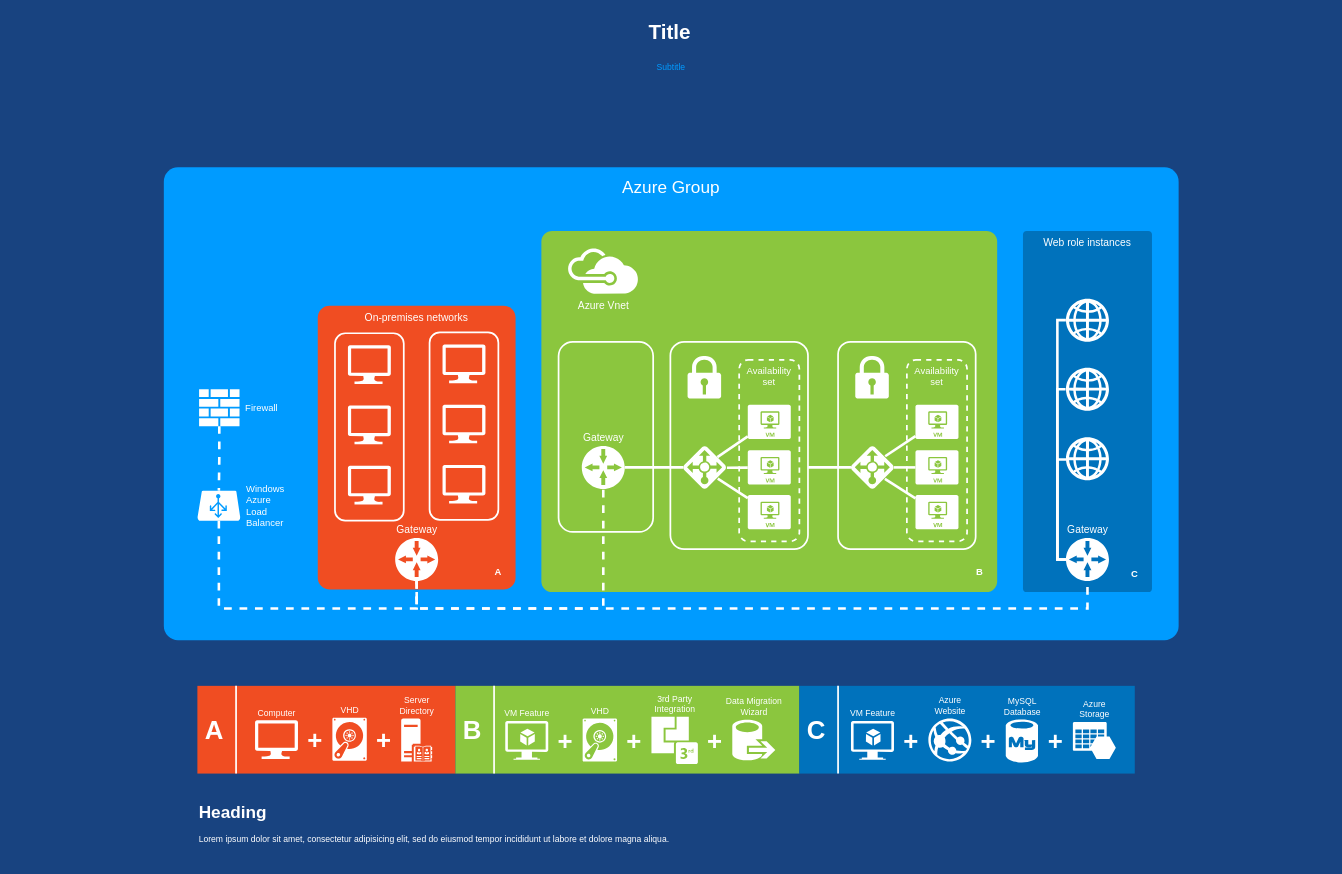
GAG-mpintos/.github keeps this draw.io diagram as metroin/Untitled Diagram.drawio. Above is the earlier version. Source tidied: cells renumbered, new cells numbered last; positions are measured from the earlier drawing's top-left corner, leaving out a move shared by most shapes. Both pictures are drawn from the tidied source at 86%, with x=0, y=0 at pixel (15, 15). Pictures stored in the file or linked from it are replaced by grey dashed boxes.
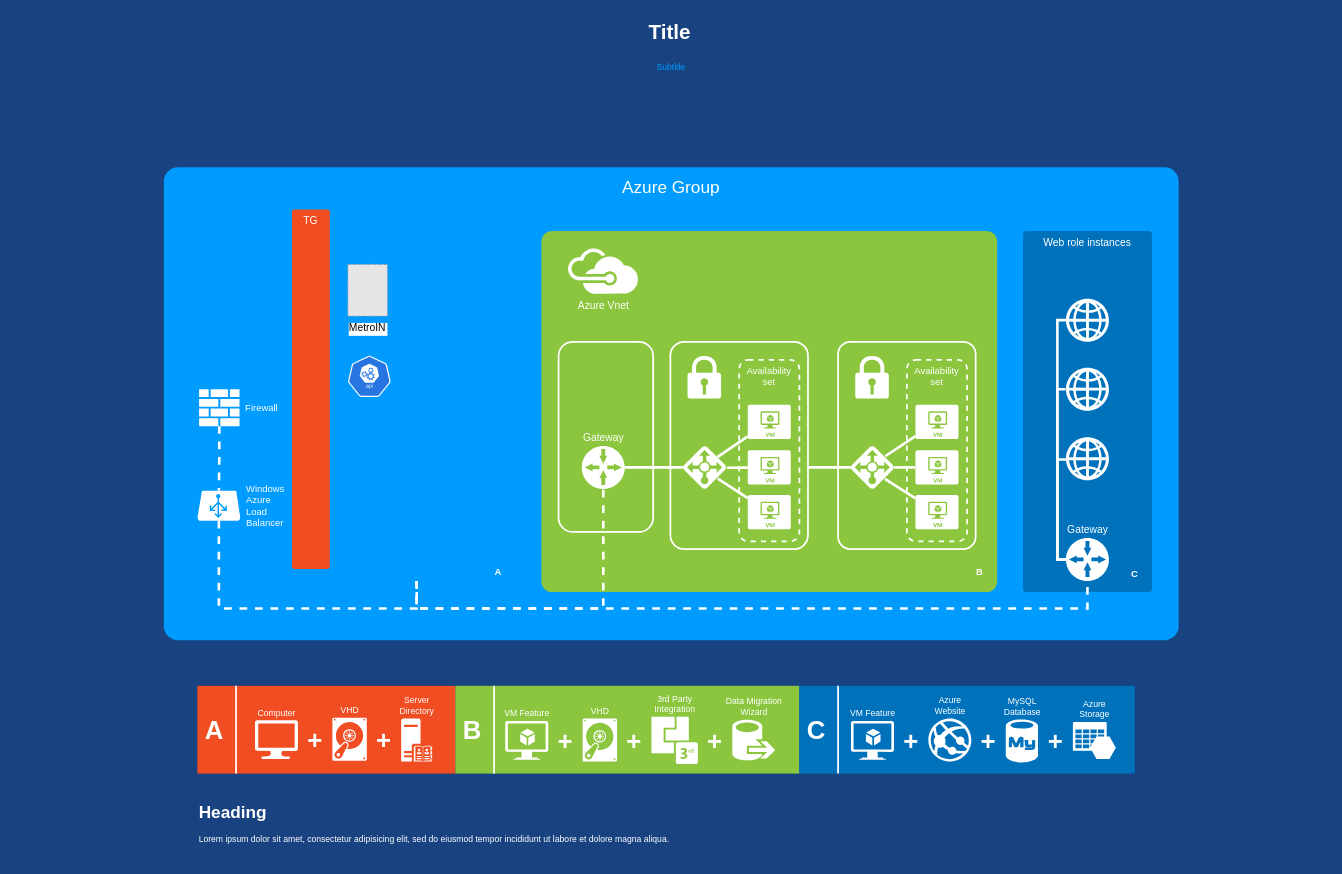
The same diagram, later.

Unchanged cells that the change refers to:
```xml
<mxCell id="14" value="Gateway" style="shadow=0;dashed=0;html=1;strokeColor=none;shape=mxgraph.mscae.enterprise.gateway;fillColor=#FFFFFF;rounded=0;fontSize=12;fontColor=#FFFFFF;align=center;labelPosition=center;verticalLabelPosition=top;verticalAlign=bottom;" parent="1" vertex="1">
  <mxGeometry x="659" y="501" width="50" height="50" as="geometry" />
</mxCell>
<mxCell id="45" value="Windows&lt;div&gt;Azure&lt;/div&gt;&lt;div&gt;Load&lt;/div&gt;&lt;div&gt;Balancer&lt;/div&gt;" style="verticalLabelPosition=middle;html=1;verticalAlign=middle;strokeColor=none;fillColor=#FFFFFF;shape=mxgraph.azure.azure_load_balancer;rounded=1;shadow=0;dashed=1;fontSize=11;fontColor=#FFFFFF;align=left;labelPosition=right;spacingLeft=5;" parent="1" vertex="1">
  <mxGeometry x="212" y="553" width="50" height="35" as="geometry" />
</mxCell>
<mxCell id="51" value="Gateway" style="shadow=0;dashed=0;html=1;strokeColor=none;shape=mxgraph.mscae.enterprise.gateway;fillColor=#FFFFFF;rounded=0;fontSize=12;fontColor=#FFFFFF;align=center;labelPosition=center;verticalLabelPosition=top;verticalAlign=bottom;" parent="1" vertex="1">
  <mxGeometry x="1222" y="608" width="50" height="50" as="geometry" />
</mxCell>
```

Change to the diagram source:
```diff
@@
-    <mxCell id="7" value="On-premises networks" style="rounded=1;whiteSpace=wrap;html=1;shadow=0;strokeWidth=2;fillColor=#F04D22;fontSize=12;fontColor=#FFFFFF;align=center;strokeColor=none;arcSize=6;verticalAlign=top;" parent="1" vertex="1">
-      <mxGeometry x="352" y="338" width="230" height="330" as="geometry" />
+    <mxCell id="7" value="TG" style="rounded=1;whiteSpace=wrap;html=1;shadow=0;strokeWidth=2;fillColor=#F04D22;fontSize=12;fontColor=#FFFFFF;align=center;strokeColor=none;arcSize=6;verticalAlign=top;" parent="1" vertex="1">
+      <mxGeometry x="322" y="226" width="44" height="418" as="geometry" />
     </mxCell>
-    <mxCell id="8" style="rounded=1;whiteSpace=wrap;html=1;shadow=0;strokeWidth=2;fillColor=none;fontSize=12;fontColor=#000000;align=center;strokeColor=#FFFFFF;" parent="1" vertex="1">
-      <mxGeometry x="372" y="370" width="80" height="218" as="geometry" />
-    </mxCell>
@@
-    <mxCell id="10" style="verticalLabelPosition=bottom;html=1;verticalAlign=top;strokeColor=none;fillColor=#FFFFFF;shape=mxgraph.azure.computer;rounded=0;shadow=0;fontSize=12;fontColor=#000000;align=center;" parent="1" vertex="1">
-      <mxGeometry x="387" y="384" width="50" height="45" as="geometry" />
-    </mxCell>
-    <mxCell id="11" style="verticalLabelPosition=bottom;html=1;verticalAlign=top;strokeColor=none;fillColor=#FFFFFF;shape=mxgraph.azure.computer;rounded=0;shadow=0;fontSize=12;fontColor=#000000;align=center;" parent="1" vertex="1">
-      <mxGeometry x="387" y="454" width="50" height="45" as="geometry" />
-    </mxCell>
-    <mxCell id="12" style="verticalLabelPosition=bottom;html=1;verticalAlign=top;strokeColor=none;fillColor=#FFFFFF;shape=mxgraph.azure.computer;rounded=0;shadow=0;fontSize=12;fontColor=#000000;align=center;" parent="1" vertex="1">
-      <mxGeometry x="387" y="524" width="50" height="45" as="geometry" />
-    </mxCell>
@@
-    <mxCell id="24" style="rounded=1;whiteSpace=wrap;html=1;shadow=0;strokeWidth=2;fillColor=none;fontSize=12;fontColor=#000000;align=center;strokeColor=#FFFFFF;" parent="1" vertex="1">
-      <mxGeometry x="482" y="369" width="80" height="218" as="geometry" />
-    </mxCell>
-    <mxCell id="25" style="verticalLabelPosition=bottom;html=1;verticalAlign=top;strokeColor=none;fillColor=#FFFFFF;shape=mxgraph.azure.computer;rounded=0;shadow=0;fontSize=12;fontColor=#000000;align=center;" parent="1" vertex="1">
-      <mxGeometry x="497" y="383" width="50" height="45" as="geometry" />
-    </mxCell>
-    <mxCell id="26" style="verticalLabelPosition=bottom;html=1;verticalAlign=top;strokeColor=none;fillColor=#FFFFFF;shape=mxgraph.azure.computer;rounded=0;shadow=0;fontSize=12;fontColor=#000000;align=center;" parent="1" vertex="1">
-      <mxGeometry x="497" y="453" width="50" height="45" as="geometry" />
-    </mxCell>
-    <mxCell id="27" style="verticalLabelPosition=bottom;html=1;verticalAlign=top;strokeColor=none;fillColor=#FFFFFF;shape=mxgraph.azure.computer;rounded=0;shadow=0;fontSize=12;fontColor=#000000;align=center;" parent="1" vertex="1">
-      <mxGeometry x="497" y="523" width="50" height="45" as="geometry" />
-    </mxCell>
-    <mxCell id="28" style="edgeStyle=orthogonalEdgeStyle;html=1;startArrow=none;startFill=0;startSize=10;endArrow=none;endFill=0;endSize=10;strokeWidth=3;fontSize=11;fontColor=#FFFFFF;strokeColor=#FFFFFF;dashed=1;rounded=0;" parent="1" edge="1" source="29" target="14">
+    <mxCell id="28" style="edgeStyle=orthogonalEdgeStyle;html=1;startArrow=none;startFill=0;startSize=10;endArrow=none;endFill=0;endSize=10;strokeWidth=3;fontSize=11;fontColor=#FFFFFF;strokeColor=#FFFFFF;dashed=1;rounded=0;" parent="1" edge="1" target="14">
       <mxGeometry relative="1" as="geometry">
+        <mxPoint x="467" y="658" as="sourcePoint" />
         <Array as="points">
           <mxPoint x="467" y="690" />
           <mxPoint x="684" y="690" />
         </Array>
       </mxGeometry>
     </mxCell>
-    <mxCell id="29" value="Gateway" style="shadow=0;dashed=0;html=1;strokeColor=none;shape=mxgraph.mscae.enterprise.gateway;fillColor=#FFFFFF;rounded=0;fontSize=12;fontColor=#FFFFFF;align=center;labelPosition=center;verticalLabelPosition=top;verticalAlign=bottom;" parent="1" vertex="1">
-      <mxGeometry x="442" y="608" width="50" height="50" as="geometry" />
-    </mxCell>
@@
-    <mxCell id="43" style="edgeStyle=orthogonalEdgeStyle;html=1;startArrow=none;startFill=0;startSize=10;endArrow=none;endFill=0;endSize=10;strokeWidth=3;fontSize=11;fontColor=#FFFFFF;strokeColor=#FFFFFF;dashed=1;rounded=0;" parent="1" edge="1" source="29" target="51">
+    <mxCell id="43" style="edgeStyle=orthogonalEdgeStyle;html=1;startArrow=none;startFill=0;startSize=10;endArrow=none;endFill=0;endSize=10;strokeWidth=3;fontSize=11;fontColor=#FFFFFF;strokeColor=#FFFFFF;dashed=1;rounded=0;" parent="1" edge="1" target="51">
       <mxGeometry relative="1" as="geometry">
+        <mxPoint x="467" y="658" as="sourcePoint" />
         <Array as="points">
           <mxPoint x="467" y="690" />
           <mxPoint x="1247" y="690" />
         </Array>
       </mxGeometry>
     </mxCell>
-    <mxCell id="44" style="edgeStyle=orthogonalEdgeStyle;html=1;startArrow=none;startFill=0;startSize=10;endArrow=none;endFill=0;endSize=10;strokeWidth=3;fontSize=11;fontColor=#FFFFFF;strokeColor=#FFFFFF;dashed=1;rounded=0;" parent="1" edge="1" source="45" target="29">
+    <mxCell id="44" style="edgeStyle=orthogonalEdgeStyle;html=1;startArrow=none;startFill=0;startSize=10;endArrow=none;endFill=0;endSize=10;strokeWidth=3;fontSize=11;fontColor=#FFFFFF;strokeColor=#FFFFFF;dashed=1;rounded=0;" parent="1" edge="1" source="45">
       <mxGeometry relative="1" as="geometry">
+        <mxPoint x="467" y="658" as="targetPoint" />
         <Array as="points">
           <mxPoint x="237" y="690" />
           <mxPoint x="467" y="690" />
         </Array>
       </mxGeometry>
     </mxCell>
@@
+    <mxCell id="87" value="MetroIN" style="fillColor=#E6E6E6;strokeColor=#999999;dashed=1;verticalLabelPosition=bottom;labelBackgroundColor=#ffffff;verticalAlign=top;" parent="1" vertex="1">
+      <mxGeometry x="387" y="290" width="46" height="60" as="geometry" />
+    </mxCell>
+    <mxCell id="88" style="sketch=0;html=1;dashed=0;whitespace=wrap;fillColor=#2875E2;strokeColor=#ffffff;shape=mxgraph.kubernetes.icon;prIcon=api;" parent="1" vertex="1">
+      <mxGeometry x="387" y="396" width="50" height="48" as="geometry" />
+    </mxCell>
```
